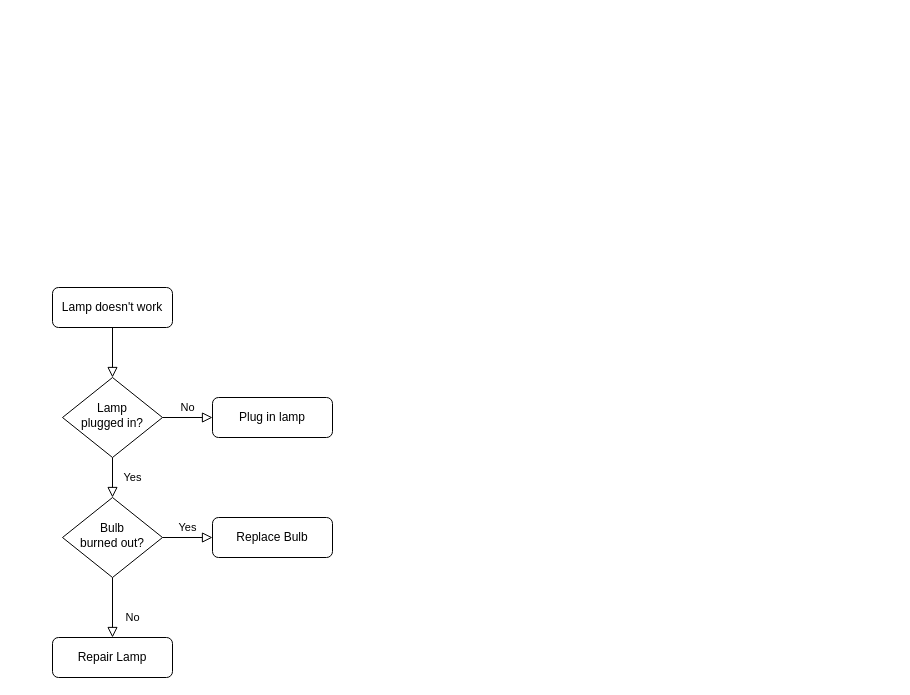
Before: 未命名绘图.drawio in miyinan/Rewards-Sharing-Simulation-Engine, a draw.io diagram. Source tidied: cells renumbered, new cells numbered last; positions are measured from the earlier drawing's top-left corner, leaving out a move shared by most shapes. Both pictures are drawn from the tidied source at 100%, with x=0, y=0 at pixel (52, 287).
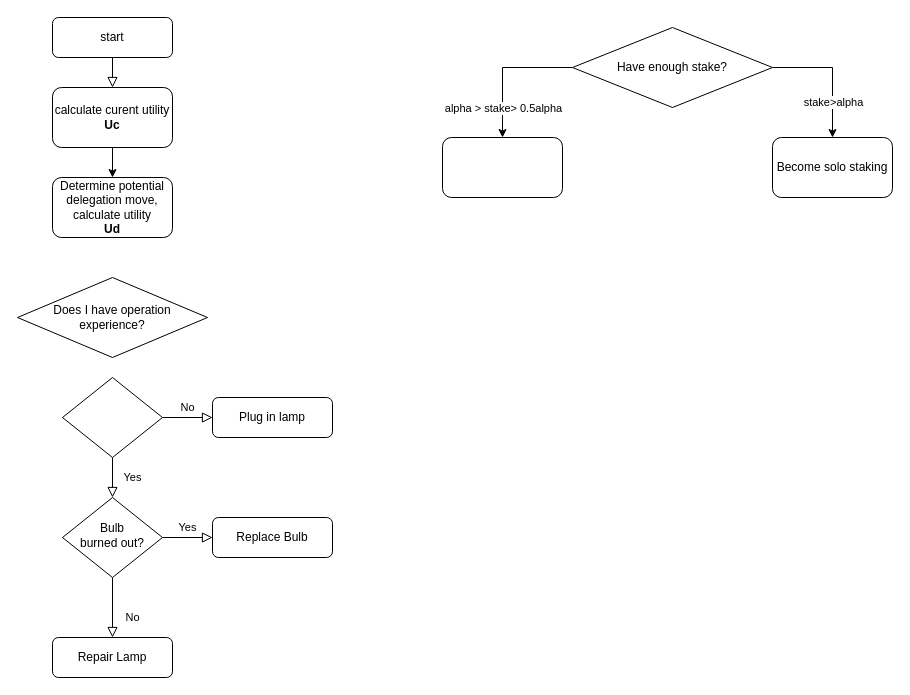
The same page after the edit.

The edit, as a diff of the source:
```diff
@@
-    <mxCell id="2" style="rounded=0;html=1;jettySize=auto;fontSize=11;endArrow=block;endFill=0;endSize=8;strokeWidth=1;shadow=0;labelBackgroundColor=none;edgeStyle=orthogonalEdgeStyle;" parent="1" edge="1" source="3" target="6">
+    <mxCell id="2" style="rounded=0;html=1;jettySize=auto;fontSize=11;endArrow=block;endFill=0;endSize=8;strokeWidth=1;shadow=0;labelBackgroundColor=none;edgeStyle=orthogonalEdgeStyle;entryX=0.5;entryY=0;entryDx=0;entryDy=0;" parent="1" edge="1" source="3" target="14">
       <mxGeometry relative="1" as="geometry" />
     </mxCell>
-    <mxCell id="3" value="Lamp doesn't work" style="rounded=1;whiteSpace=wrap;html=1;fontSize=12;glass=0;strokeWidth=1;shadow=0;" parent="1" vertex="1">
-      <mxGeometry width="120" height="40" as="geometry" />
+    <mxCell id="3" value="start" style="rounded=1;whiteSpace=wrap;html=1;fontSize=12;glass=0;strokeWidth=1;shadow=0;" parent="1" vertex="1">
+      <mxGeometry y="-270" width="120" height="40" as="geometry" />
     </mxCell>
@@
-    <mxCell id="6" value="Lamp&lt;br&gt;plugged in?" style="rhombus;whiteSpace=wrap;html=1;shadow=0;fontFamily=Helvetica;fontSize=12;align=center;strokeWidth=1;spacing=6;spacingTop=-4;" parent="1" vertex="1">
+    <mxCell id="6" style="rhombus;whiteSpace=wrap;html=1;shadow=0;fontFamily=Helvetica;fontSize=12;align=center;strokeWidth=1;spacing=6;spacingTop=-4;" parent="1" vertex="1">
       <mxGeometry x="10" y="90" width="100" height="80" as="geometry" />
     </mxCell>
@@
+    <mxCell id="13" style="edgeStyle=orthogonalEdgeStyle;rounded=0;jettySize=auto;html=1;exitX=0.5;exitY=1;exitDx=0;exitDy=0;entryX=0.5;entryY=0;entryDx=0;entryDy=0;" parent="1" edge="1" source="14" target="15">
+      <mxGeometry relative="1" as="geometry" />
+    </mxCell>
+    <mxCell id="14" value="calculate curent utility&lt;br&gt;&lt;b&gt;Uc&lt;/b&gt;" style="rounded=1;whiteSpace=wrap;html=1;" parent="1" vertex="1">
+      <mxGeometry y="-200" width="120" height="60" as="geometry" />
+    </mxCell>
+    <mxCell id="15" value="Determine potential delegation move, calculate utility&lt;br&gt;&lt;b&gt;Ud&lt;/b&gt;" style="rounded=1;whiteSpace=wrap;html=1;" parent="1" vertex="1">
+      <mxGeometry y="-110" width="120" height="60" as="geometry" />
+    </mxCell>
+    <mxCell id="16" value="Does I have operation &lt;br&gt;experience?" style="rhombus;whiteSpace=wrap;html=1;" parent="1" vertex="1">
+      <mxGeometry x="-35" y="-10" width="190" height="80" as="geometry" />
+    </mxCell>
+    <mxCell id="17" style="edgeStyle=orthogonalEdgeStyle;rounded=0;jettySize=auto;html=1;entryX=0.5;entryY=0;entryDx=0;entryDy=0;" parent="1" edge="1" source="21" target="23">
+      <mxGeometry relative="1" as="geometry" />
+    </mxCell>
+    <mxCell id="18" value="alpha &amp;gt; stake&amp;gt; 0.5alpha" style="edgeLabel;html=1;align=center;verticalAlign=middle;" parent="17" vertex="1">
+      <mxGeometry x="0.03" y="1" relative="1" as="geometry">
+        <mxPoint x="-1" y="38" as="offset" />
+      </mxGeometry>
+    </mxCell>
+    <mxCell id="19" style="edgeStyle=orthogonalEdgeStyle;rounded=0;jettySize=auto;html=1;exitX=1;exitY=0.5;exitDx=0;exitDy=0;" parent="1" edge="1" source="21" target="22">
+      <mxGeometry relative="1" as="geometry" />
+    </mxCell>
+    <mxCell id="20" value="stake&amp;gt;alpha" style="edgeLabel;html=1;align=center;verticalAlign=middle;" parent="19" vertex="1">
+      <mxGeometry x="0.45" relative="1" as="geometry" />
+    </mxCell>
+    <mxCell id="21" value="Have enough stake?" style="rhombus;whiteSpace=wrap;html=1;" parent="1" vertex="1">
+      <mxGeometry x="520" y="-260" width="200" height="80" as="geometry" />
+    </mxCell>
+    <mxCell id="22" value="Become solo staking" style="rounded=1;whiteSpace=wrap;html=1;" parent="1" vertex="1">
+      <mxGeometry x="720" y="-150" width="120" height="60" as="geometry" />
+    </mxCell>
+    <mxCell id="23" style="rounded=1;whiteSpace=wrap;html=1;" parent="1" vertex="1">
+      <mxGeometry x="390" y="-150" width="120" height="60" as="geometry" />
+    </mxCell>
```
